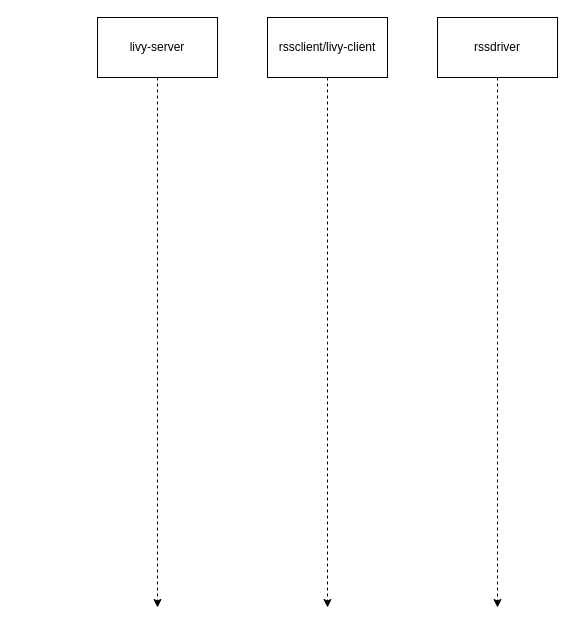
Before: livy-design.drawio in yuhuali1989/ui, a draw.io diagram. Source tidied: cells renumbered, new cells numbered last; positions are measured from the earlier drawing's top-left corner, leaving out a move shared by most shapes. Both pictures are drawn from the tidied source at 100%, with x=0, y=0 at pixel (97, 17).
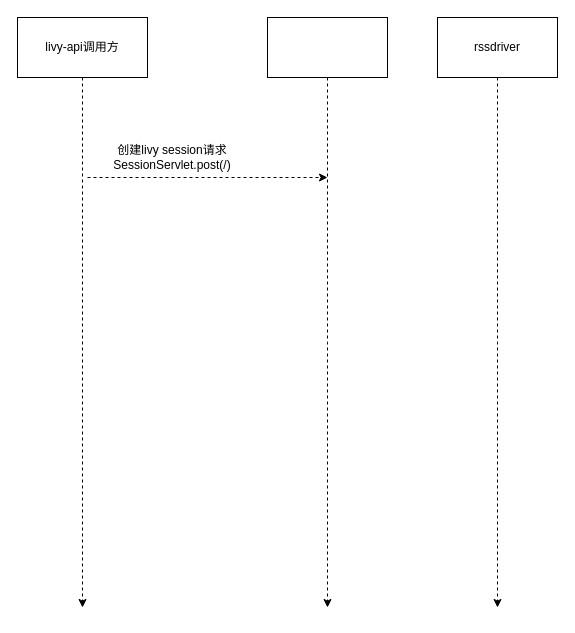
After the change.

What changed in the source:
```diff
@@
 <mxGraphModel>
   <root>
     <mxCell id="0" />
     <mxCell id="1" parent="0" />
     <mxCell id="2" style="edgeStyle=orthogonalEdgeStyle;jettySize=auto;html=1;rounded=0;dashed=1;" parent="1" edge="1" source="3">
       <mxGeometry relative="1" as="geometry">
-        <mxPoint x="60" y="590" as="targetPoint" />
+        <mxPoint x="-15" y="590" as="targetPoint" />
+        <Array as="points">
+          <mxPoint x="-15" y="590" />
+        </Array>
       </mxGeometry>
     </mxCell>
-    <mxCell id="3" value="livy-server" style="rounded=0;whiteSpace=wrap;html=1;" parent="1" vertex="1">
-      <mxGeometry width="120" height="60" as="geometry" />
+    <mxCell id="3" value="livy-api调用方" style="rounded=0;whiteSpace=wrap;html=1;" parent="1" vertex="1">
+      <mxGeometry x="-80" width="130" height="60" as="geometry" />
     </mxCell>
     <mxCell id="4" style="edgeStyle=orthogonalEdgeStyle;jettySize=auto;html=1;rounded=0;dashed=1;" parent="1" edge="1" source="5">
       <mxGeometry relative="1" as="geometry">
         <mxPoint x="230" y="590" as="targetPoint" />
       </mxGeometry>
     </mxCell>
-    <mxCell id="5" value="rssclient/livy-client" style="rounded=0;whiteSpace=wrap;html=1;" parent="1" vertex="1">
+    <mxCell id="5" style="rounded=0;whiteSpace=wrap;html=1;" parent="1" vertex="1">
       <mxGeometry x="170" width="120" height="60" as="geometry" />
     </mxCell>
     <mxCell id="6" style="edgeStyle=orthogonalEdgeStyle;jettySize=auto;html=1;rounded=0;dashed=1;" parent="1" edge="1" source="7">
       <mxGeometry relative="1" as="geometry">
         <mxPoint x="400" y="590" as="targetPoint" />
       </mxGeometry>
     </mxCell>
     <mxCell id="7" value="rssdriver" style="rounded=0;whiteSpace=wrap;html=1;" parent="1" vertex="1">
       <mxGeometry x="340" width="120" height="60" as="geometry" />
     </mxCell>
+    <mxCell id="8" value="创建livy session请求&lt;br&gt;SessionServlet.post(/)" style="text;html=1;strokeColor=none;fillColor=none;align=center;verticalAlign=middle;whiteSpace=wrap;rounded=0;" parent="1" vertex="1">
+      <mxGeometry y="130" width="150" height="20" as="geometry" />
+    </mxCell>
+    <mxCell id="9" style="endArrow=classic;html=1;dashed=1;" parent="1" edge="1">
+      <mxGeometry relative="1" as="geometry">
+        <mxPoint x="-10" y="160" as="sourcePoint" />
+        <mxPoint x="230" y="160" as="targetPoint" />
+      </mxGeometry>
+    </mxCell>
   </root>
 </mxGraphModel>
```
